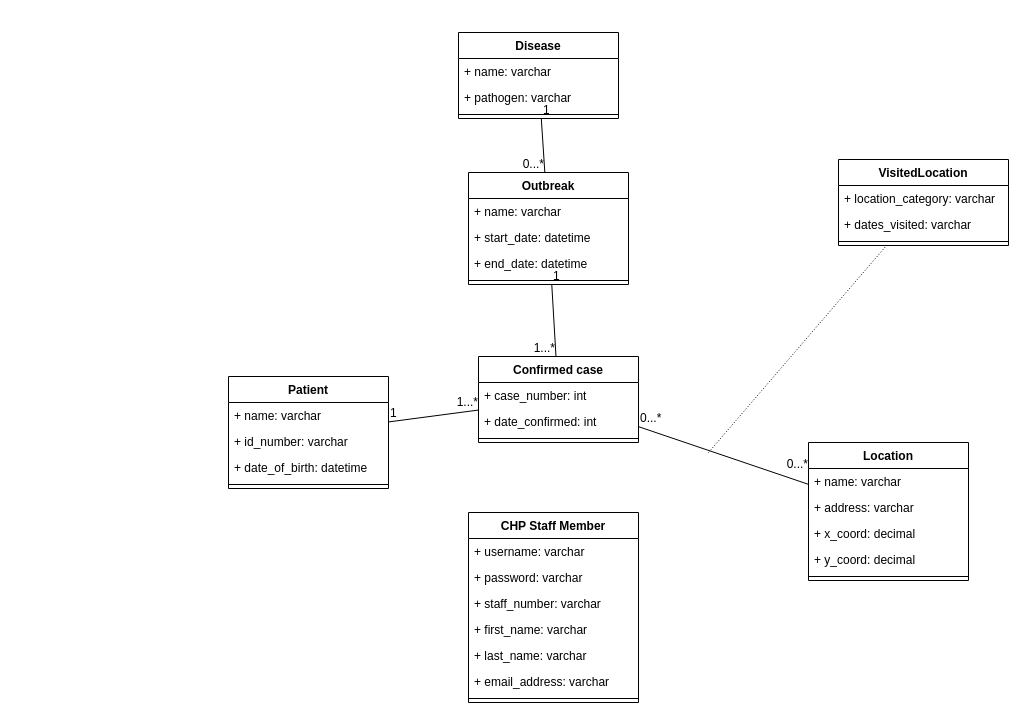
Earlier version of the draw.io diagram exercise1.drawio (lyulka/comp3297). Source tidied: cells renumbered, new cells numbered last; positions are measured from the earlier drawing's top-left corner, leaving out a move shared by most shapes. Both pictures are drawn from the tidied source at 100%, with x=0, y=0 at pixel (228, 32).
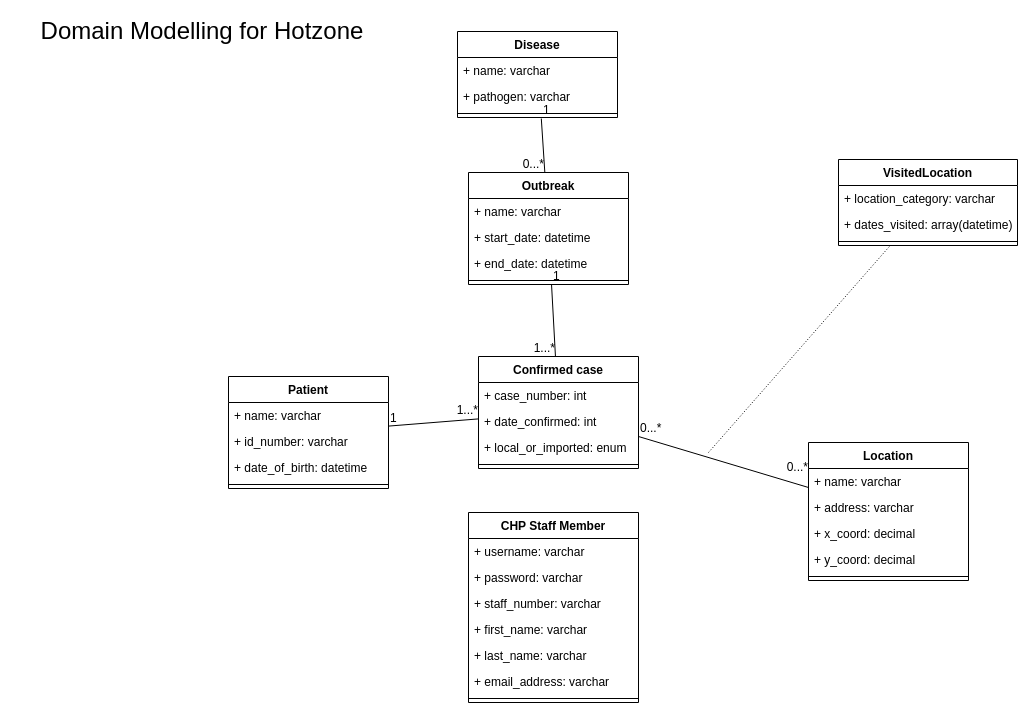
The same page after the edit.

The change refers to these unchanged cells:
```xml
<mxCell id="2" value="Outbreak" style="swimlane;fontStyle=1;align=center;verticalAlign=top;horizontal=1;startSize=26;" parent="1" vertex="1">
  <mxGeometry x="240" y="140" width="160" height="112" as="geometry" />
</mxCell>
```

The edit, as a diff of the source:
```diff
@@
     <mxCell id="15" value="Confirmed case" style="swimlane;fontStyle=1;align=center;verticalAlign=top;horizontal=1;startSize=26;" parent="1" vertex="1">
-      <mxGeometry x="250" y="324" width="160" height="86" as="geometry" />
+      <mxGeometry x="250" y="324" width="160" height="112" as="geometry" />
     </mxCell>
@@
+    <mxCell id="51" value="+ local_or_imported: enum" style="text;strokeColor=none;fillColor=none;align=left;verticalAlign=top;spacingLeft=4;spacingRight=4;overflow=hidden;" parent="15" vertex="1">
+      <mxGeometry y="78" width="160" height="26" as="geometry" />
+    </mxCell>
     <mxCell id="18" style="line;strokeWidth=1;fillColor=none;align=left;verticalAlign=middle;spacingTop=-1;spacingLeft=3;spacingRight=3;labelPosition=right;" parent="15" vertex="1">
-      <mxGeometry y="78" width="160" height="8" as="geometry" />
+      <mxGeometry y="104" width="160" height="8" as="geometry" />
     </mxCell>
@@
     <mxCell id="22" value="Disease" style="swimlane;fontStyle=1;align=center;verticalAlign=top;horizontal=1;startSize=26;" parent="1" vertex="1">
-      <mxGeometry x="230" width="160" height="86" as="geometry" />
+      <mxGeometry x="229" y="-1" width="160" height="86" as="geometry" />
     </mxCell>
@@
-    <mxCell id="26" style="endArrow=none;html=1;rounded=0;" parent="1" edge="1" source="22" target="2">
-      <mxGeometry relative="1" as="geometry" />
+    <mxCell id="26" style="endArrow=none;html=1;rounded=0;" parent="1" edge="1" target="2">
+      <mxGeometry relative="1" as="geometry">
+        <mxPoint x="312.8" y="86" as="sourcePoint" />
+      </mxGeometry>
     </mxCell>
@@
     <mxCell id="47" value="VisitedLocation" style="swimlane;fontStyle=1;align=center;verticalAlign=top;horizontal=1;startSize=26;" parent="1" vertex="1">
-      <mxGeometry x="610" y="127" width="170" height="86" as="geometry" />
+      <mxGeometry x="610" y="127" width="179" height="86" as="geometry" />
     </mxCell>
     <mxCell id="48" value="+ location_category: varchar" style="text;strokeColor=none;fillColor=none;align=left;verticalAlign=top;spacingLeft=4;spacingRight=4;overflow=hidden;" parent="47" vertex="1">
-      <mxGeometry y="26" width="170" height="26" as="geometry" />
+      <mxGeometry y="26" width="179" height="26" as="geometry" />
     </mxCell>
-    <mxCell id="49" value="+ dates_visited: varchar" style="text;strokeColor=none;fillColor=none;align=left;verticalAlign=top;spacingLeft=4;spacingRight=4;overflow=hidden;" parent="47" vertex="1">
-      <mxGeometry y="52" width="170" height="26" as="geometry" />
+    <mxCell id="49" value="+ dates_visited: array(datetime)" style="text;strokeColor=none;fillColor=none;align=left;verticalAlign=top;spacingLeft=4;spacingRight=4;overflow=hidden;" parent="47" vertex="1">
+      <mxGeometry y="52" width="179" height="26" as="geometry" />
     </mxCell>
     <mxCell id="50" style="line;strokeWidth=1;fillColor=none;align=left;verticalAlign=middle;spacingTop=-1;spacingLeft=3;spacingRight=3;labelPosition=right;" parent="47" vertex="1">
-      <mxGeometry y="78" width="170" height="8" as="geometry" />
+      <mxGeometry y="78" width="179" height="8" as="geometry" />
     </mxCell>
+    <mxCell id="52" value="Domain Modelling for Hotzone" style="text;html=1;strokeColor=none;fillColor=none;align=center;verticalAlign=middle;whiteSpace=wrap;rounded=0;fontSize=24;" parent="1" vertex="1">
+      <mxGeometry x="-211" y="-11" width="370" height="20" as="geometry" />
+    </mxCell>
```
